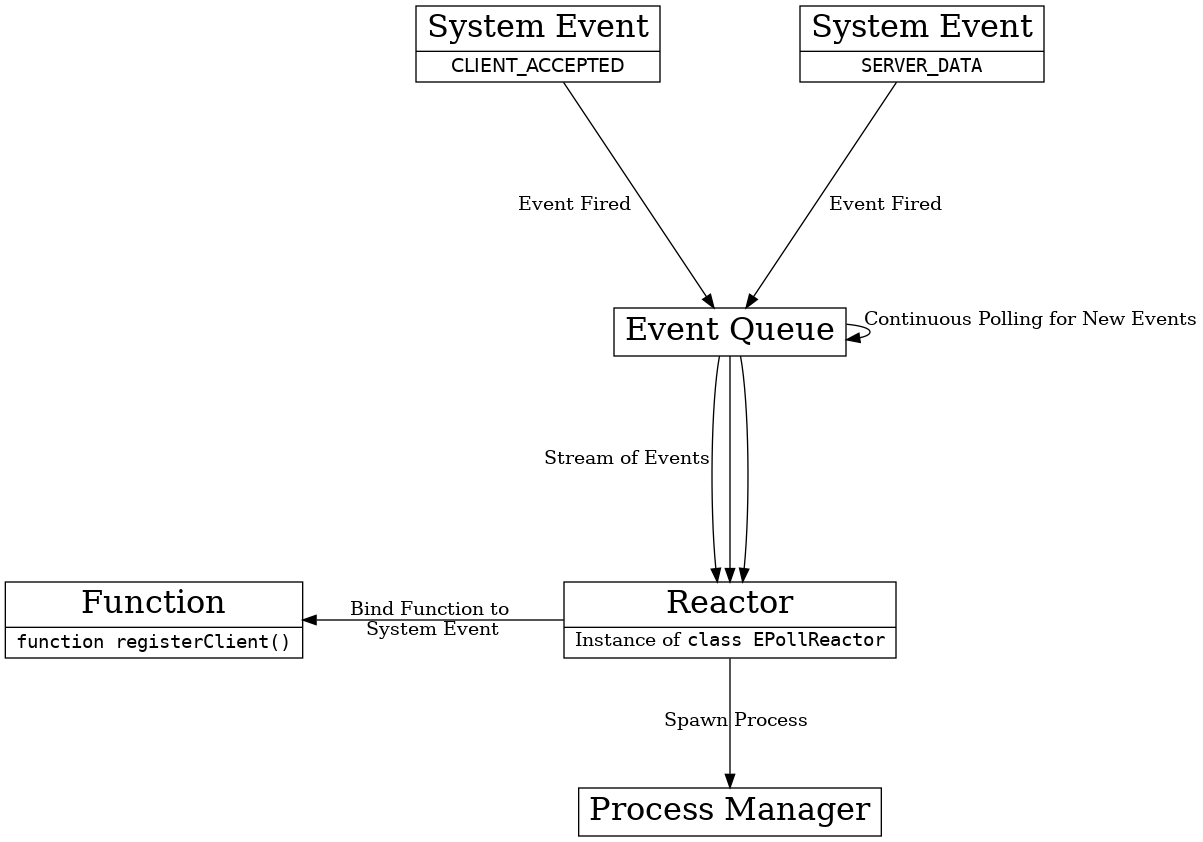
The Graphviz diagram isaac-m3/TwistedC&C.png in SENG350UVic/SENG350, before a commit. Its source is kept beside it as isaac-m3/TwistedC&C.gv.
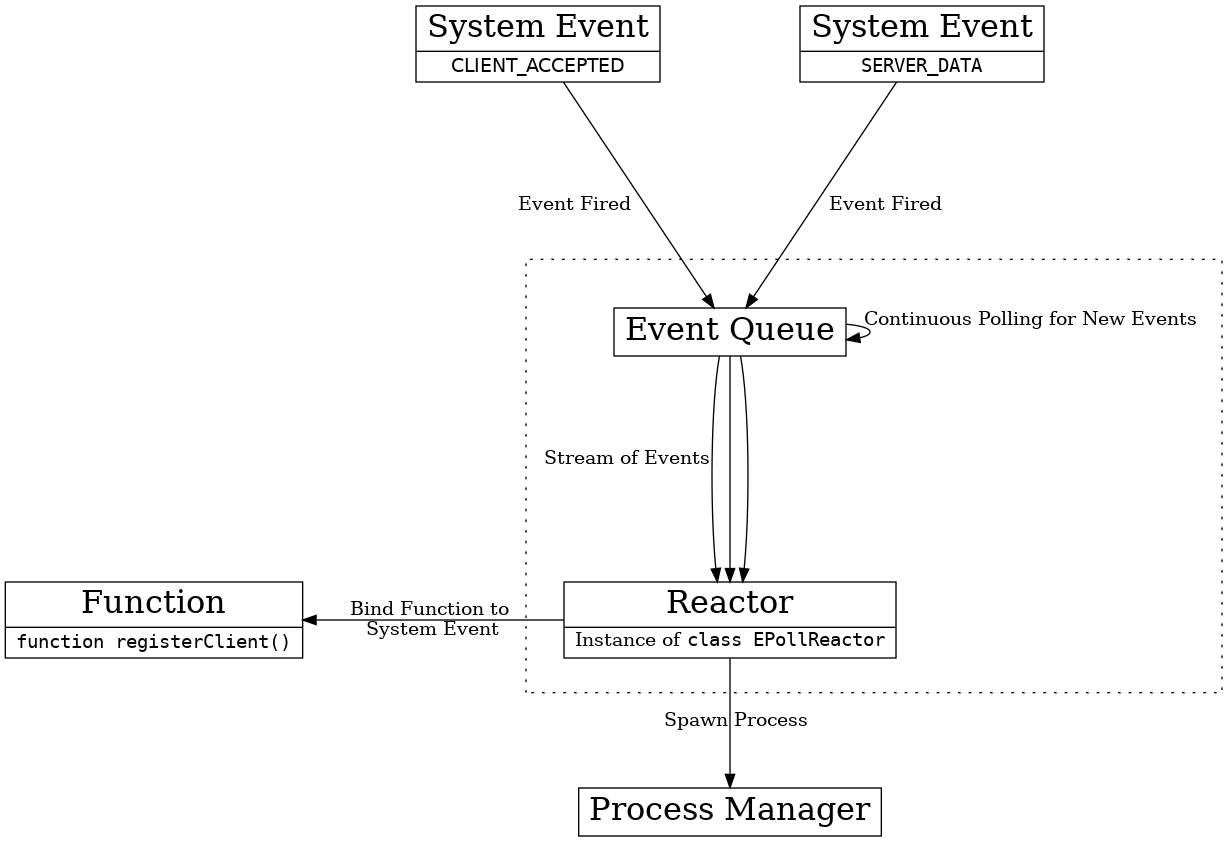
Above is the later version.

Commit message:
Updated diagram to include reactor subgraph.

Diff of the diagram source:
```diff
@@ -1,28 +1,50 @@
-digraph sample {
+digraph CAndC {
     graph [ranksep=0];
     node [shape=record];
 
-	Reactor [
-		label=<{
-			<FONT POINT-SIZE="24.0">
-				Reactor
-			</FONT>|
-			Instance of
-			<FONT FACE="monospace">
-				class EPollReactor
-			</FONT>
-		}>
-		pos="0,0!"
-	];
+	subgraph cluster_reactor {
 
-	EventQueue [
-		label=<{
-			<FONT POINT-SIZE="24.0">
-				Event Queue
-			</FONT>
-		}>
-		pos="0,3!"
-	];
+		style=dotted;
+
+		TL [
+			pos="-1.75,3.5!"
+			style="invisible"
+		];
+		TR [
+			pos="4.75,3.5!"
+			style="invisible"
+		];
+		BL [
+			pos="-1.75,-0.5!"
+			style="invisible"
+		];
+		BR [
+			pos="4.75,-0.5!"
+			style="invisible"
+		];
+
+		Reactor [
+			label=<{
+				<FONT POINT-SIZE="24.0">
+					Reactor
+				</FONT>|
+				Instance of
+				<FONT FACE="monospace">
+					class EPollReactor
+				</FONT>
+			}>
+			pos="0,0!"
+		];
+
+		EventQueue [
+			label=<{
+				<FONT POINT-SIZE="24.0">
+					Event Queue
+				</FONT>
+			}>
+			pos="0,3!"
+		];
+	}
 
 	SystemEvent1 [
 		label=<{
```
